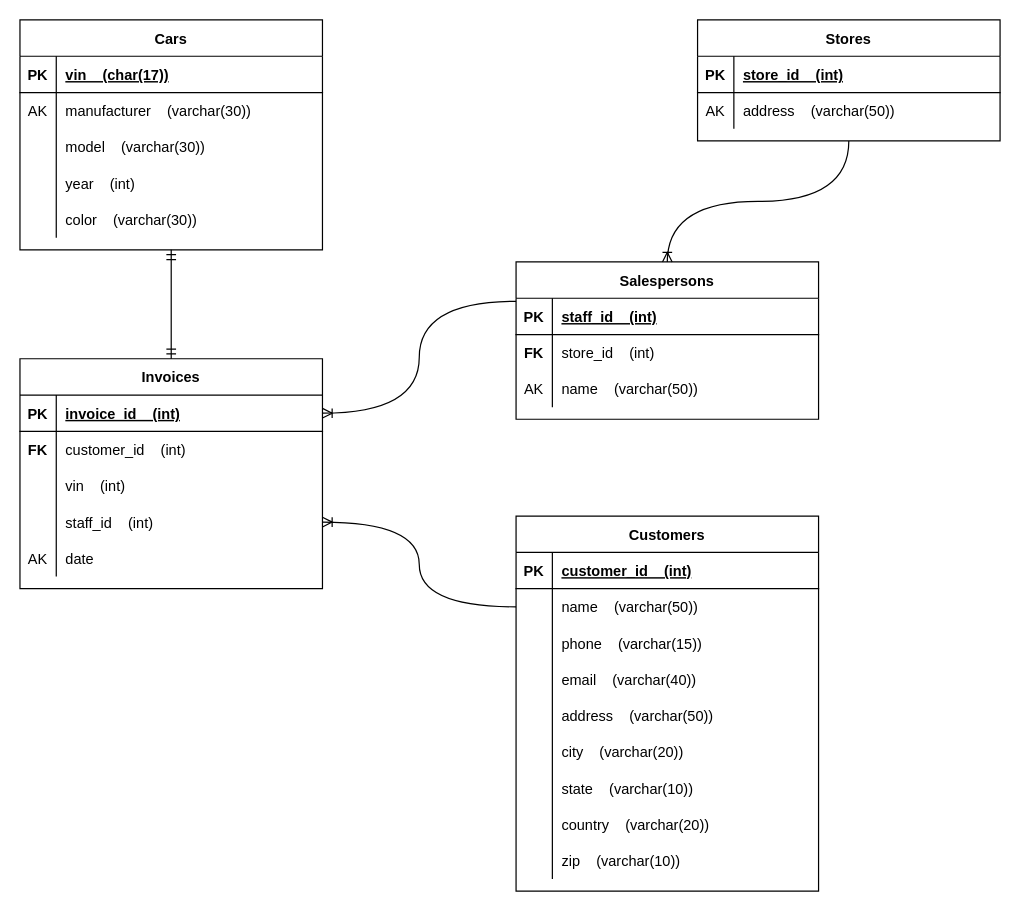
Earlier version of the draw.io diagram Module_1/Lab_20_SQL-Business-Cases/IronCars.drawio (psyrgkan/DAFT_1022). Source tidied: cells renumbered, new cells numbered last; positions are measured from the earlier drawing's top-left corner, leaving out a move shared by most shapes. Both pictures are drawn from the tidied source at 121%, with x=0, y=0 at pixel (19, 19).
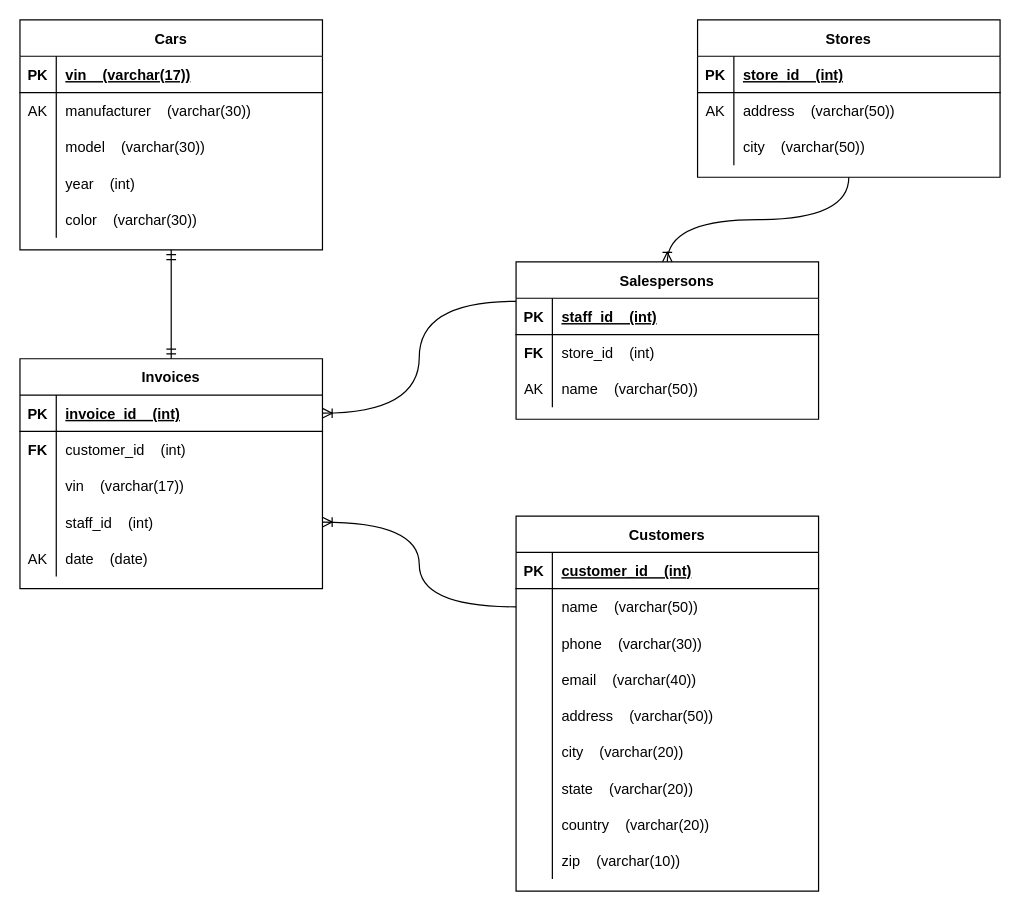
Above is the later version.

Unchanged cells that the change refers to:
```xml
<mxCell id="9" style="shape=partialRectangle;fillColor=none;top=0;left=0;right=0;bottom=0;" parent="2" vertex="1">
  <mxGeometry y="90" width="250" height="30" as="geometry" />
</mxCell>
<mxCell id="15" style="shape=tableRow;horizontal=0;startSize=0;swimlaneHead=0;swimlaneBody=0;fillColor=none;top=0;left=0;right=0;bottom=0;" parent="2" vertex="1">
  <mxGeometry y="150" width="250" height="30" as="geometry" />
</mxCell>
<mxCell id="35" style="shape=tableRow;horizontal=0;startSize=0;swimlaneHead=0;swimlaneBody=0;fillColor=none;top=0;left=0;right=0;bottom=0;" parent="28" vertex="1">
  <mxGeometry y="90" width="250" height="30" as="geometry" />
</mxCell>
<mxCell id="47" style="shape=tableRow;horizontal=0;startSize=0;swimlaneHead=0;swimlaneBody=0;fillColor=none;top=0;left=0;right=0;bottom=0;" parent="28" vertex="1">
  <mxGeometry y="210" width="250" height="30" as="geometry" />
</mxCell>
<mxCell id="57" style="shape=partialRectangle;fillColor=none;top=0;left=0;right=0;bottom=1;" parent="56" vertex="1">
  <mxGeometry y="30" width="250" height="30" as="geometry" />
</mxCell>
```

Diff of the diagram source:
```diff
@@
-    <mxCell id="11" value="vin    (int)" style="shape=partialRectangle;overflow=hidden;fillColor=none;top=0;left=0;bottom=0;right=0;align=left;spacingLeft=6;" parent="9" vertex="1">
+    <mxCell id="11" value="vin    (varchar(17))" style="shape=partialRectangle;overflow=hidden;fillColor=none;top=0;left=0;bottom=0;right=0;align=left;spacingLeft=6;" parent="9" vertex="1">
       <mxGeometry x="30" width="220" height="30" as="geometry" />
     </mxCell>
@@
-    <mxCell id="17" value="date" style="shape=partialRectangle;fillColor=none;top=0;left=0;bottom=0;right=0;align=left;spacingLeft=6;overflow=hidden;" parent="15" vertex="1">
+    <mxCell id="17" value="date    (date)" style="shape=partialRectangle;fillColor=none;top=0;left=0;bottom=0;right=0;align=left;spacingLeft=6;overflow=hidden;" parent="15" vertex="1">
       <mxGeometry x="30" width="220" height="30" as="geometry" />
     </mxCell>
@@
-    <mxCell id="37" value="phone    (varchar(15))" style="shape=partialRectangle;fillColor=none;top=0;left=0;bottom=0;right=0;align=left;spacingLeft=6;overflow=hidden;" parent="35" vertex="1">
+    <mxCell id="37" value="phone    (varchar(30))" style="shape=partialRectangle;fillColor=none;top=0;left=0;bottom=0;right=0;align=left;spacingLeft=6;overflow=hidden;" parent="35" vertex="1">
       <mxGeometry x="30" width="220" height="30" as="geometry" />
     </mxCell>
@@
-    <mxCell id="49" value="state    (varchar(10))" style="shape=partialRectangle;fillColor=none;top=0;left=0;bottom=0;right=0;align=left;spacingLeft=6;overflow=hidden;" parent="47" vertex="1">
+    <mxCell id="49" value="state    (varchar(20))" style="shape=partialRectangle;fillColor=none;top=0;left=0;bottom=0;right=0;align=left;spacingLeft=6;overflow=hidden;" parent="47" vertex="1">
       <mxGeometry x="30" width="220" height="30" as="geometry" />
     </mxCell>
@@
-    <mxCell id="59" value="vin    (char(17))" style="shape=partialRectangle;overflow=hidden;fillColor=none;top=0;left=0;bottom=0;right=0;align=left;spacingLeft=6;fontStyle=5;" parent="57" vertex="1">
+    <mxCell id="59" value="vin    (varchar(17))" style="shape=partialRectangle;overflow=hidden;fillColor=none;top=0;left=0;bottom=0;right=0;align=left;spacingLeft=6;fontStyle=5;" parent="57" vertex="1">
       <mxGeometry x="30" width="220" height="30" as="geometry" />
     </mxCell>
@@
     <mxCell id="76" value="Stores" style="shape=table;startSize=30;childLayout=tableLayout;rowLines=0;fontStyle=1;align=center;" parent="1" vertex="1">
-      <mxGeometry x="560" width="250" height="100" as="geometry" />
+      <mxGeometry x="560" width="250" height="130" as="geometry" />
     </mxCell>
@@
+    <mxCell id="87" style="shape=tableRow;horizontal=0;startSize=0;swimlaneHead=0;swimlaneBody=0;fillColor=none;top=0;left=0;right=0;bottom=0;" parent="76" vertex="1">
+      <mxGeometry y="90" width="250" height="30" as="geometry" />
+    </mxCell>
+    <mxCell id="88" style="shape=partialRectangle;fillColor=none;top=0;left=0;bottom=0;right=0;overflow=hidden;" parent="87" vertex="1">
+      <mxGeometry width="30" height="30" as="geometry" />
+    </mxCell>
+    <mxCell id="89" value="city    (varchar(50))" style="shape=partialRectangle;fillColor=none;top=0;left=0;bottom=0;right=0;align=left;spacingLeft=6;overflow=hidden;" parent="87" vertex="1">
+      <mxGeometry x="30" width="220" height="30" as="geometry" />
+    </mxCell>
```
